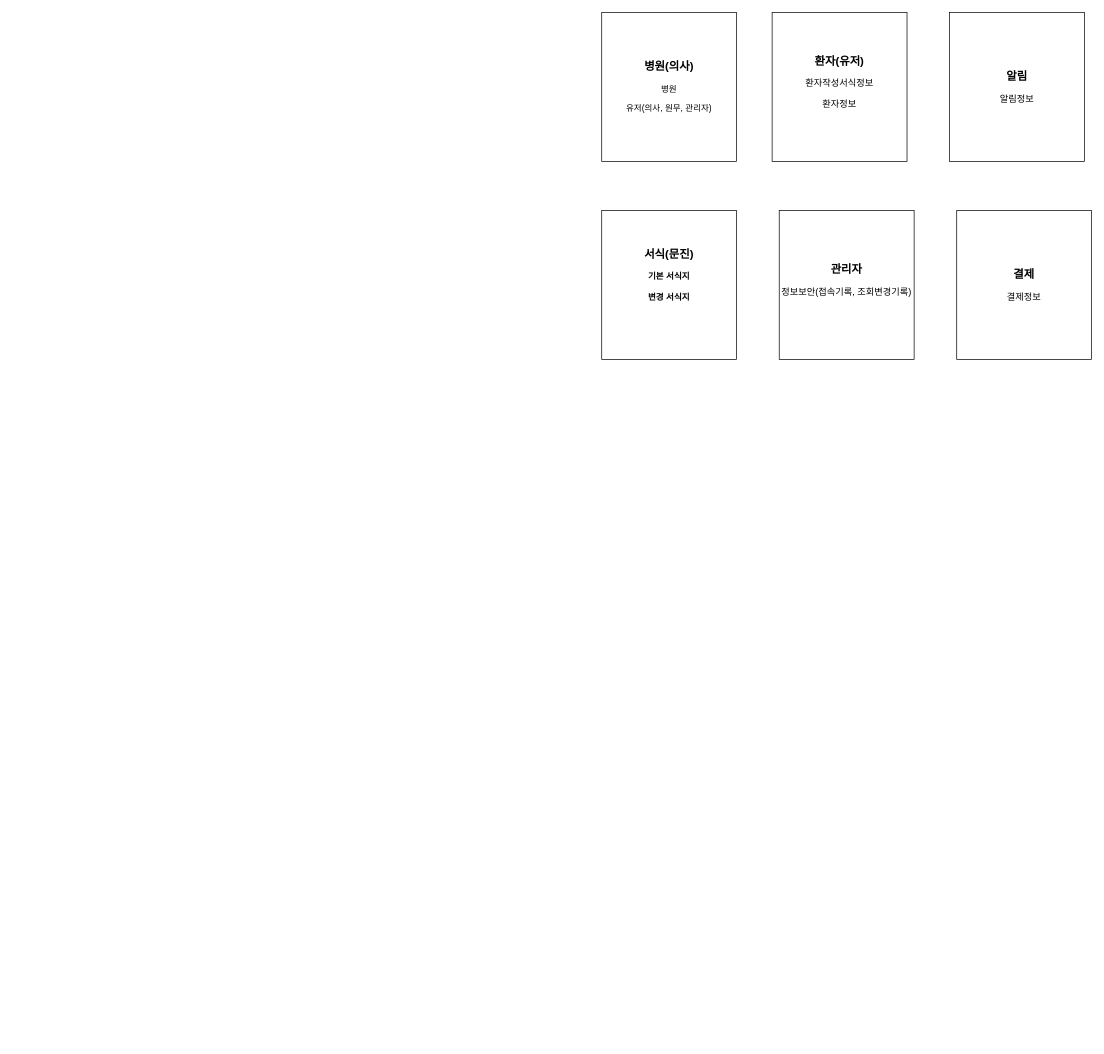
This is src/main/제목 없는 다이어그램.drawio from himina1227/async, a draw.io file, before an edit. Source tidied: cells renumbered, new cells numbered last; positions are measured from the earlier drawing's top-left corner, leaving out a move shared by most shapes. Both pictures are drawn from the tidied source at 71%, with x=0, y=0 at pixel (601, 12).
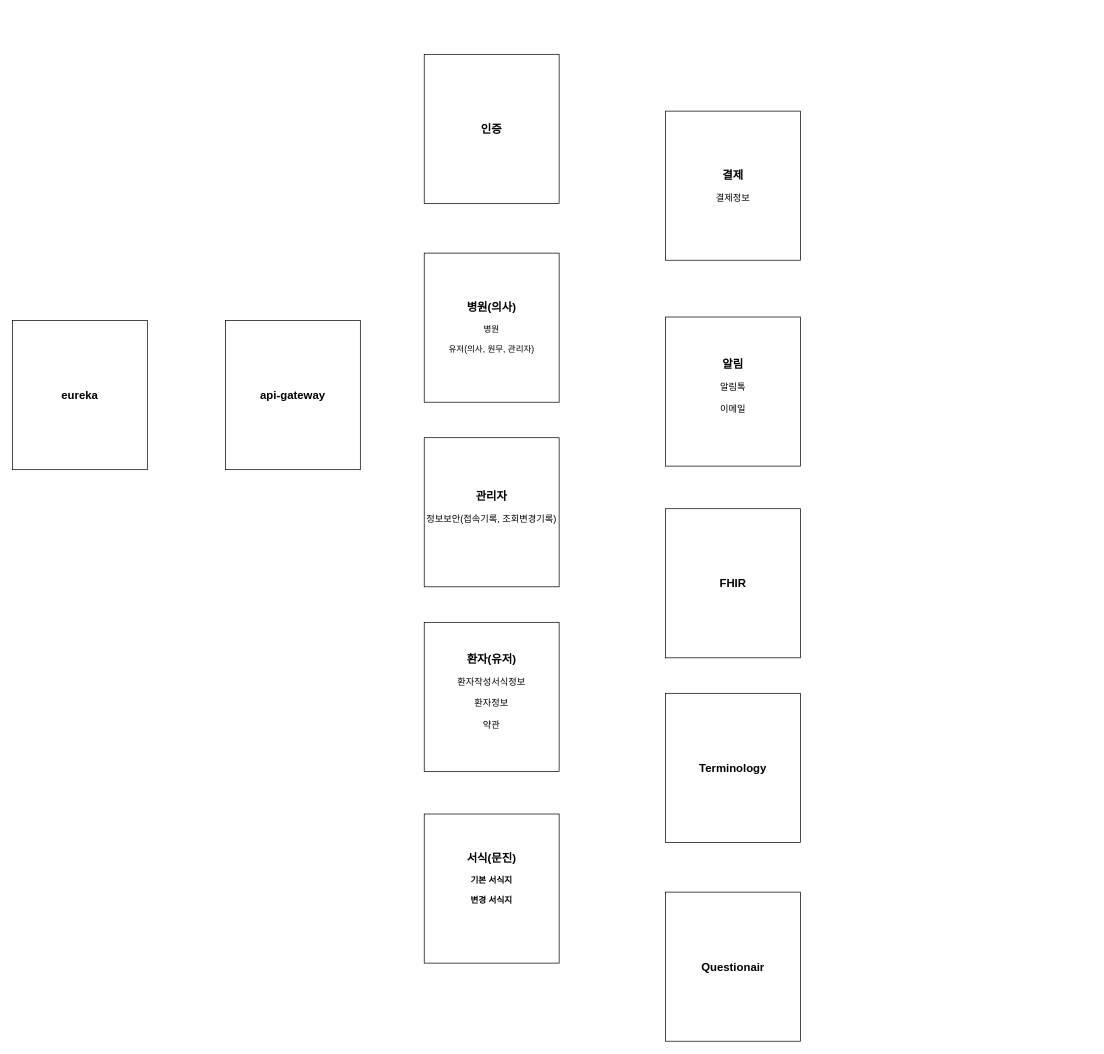
The same diagram, later.

Commit message:
제목 없는 다이어그램.drawio 업데이트

Change to the diagram source:
```diff
@@
 <mxGraphModel>
   <root>
     <mxCell id="0" />
     <mxCell id="1" parent="0" />
     <mxCell id="2" value="&lt;b style=&quot;font-size: 16px;&quot;&gt;병원(의사)&lt;br&gt;&lt;/b&gt;&lt;br&gt;병원&lt;br&gt;&lt;br&gt;유저(의사, 원무, 관리자)&lt;br&gt;" style="rounded=0;whiteSpace=wrap;html=1;" parent="1" vertex="1">
-      <mxGeometry width="190" height="210" as="geometry" />
+      <mxGeometry x="-250" y="339" width="190" height="210" as="geometry" />
     </mxCell>
-    <mxCell id="3" value="&lt;font style=&quot;&quot;&gt;&lt;b style=&quot;&quot;&gt;&lt;font style=&quot;font-size: 16px;&quot;&gt;환자(유저)&lt;/font&gt;&lt;/b&gt;&lt;br&gt;&lt;br&gt;&lt;span style=&quot;font-size: 13px;&quot;&gt;환자작성서식정보&lt;/span&gt;&lt;br&gt;&lt;br&gt;&lt;span style=&quot;font-size: 13px;&quot;&gt;환자정보&lt;br&gt;&lt;/span&gt;&lt;br&gt;&lt;/font&gt;" style="rounded=0;whiteSpace=wrap;html=1;" parent="1" vertex="1">
-      <mxGeometry x="240" width="190" height="210" as="geometry" />
+    <mxCell id="3" value="&lt;font style=&quot;&quot;&gt;&lt;b style=&quot;&quot;&gt;&lt;font style=&quot;font-size: 16px;&quot;&gt;환자(유저)&lt;/font&gt;&lt;/b&gt;&lt;br&gt;&lt;br&gt;&lt;span style=&quot;font-size: 13px;&quot;&gt;환자작성서식정보&lt;/span&gt;&lt;br&gt;&lt;br&gt;&lt;span style=&quot;font-size: 13px;&quot;&gt;환자정보&lt;br&gt;&lt;br&gt;약관&lt;br&gt;&lt;/span&gt;&lt;br&gt;&lt;/font&gt;" style="rounded=0;whiteSpace=wrap;html=1;" parent="1" vertex="1">
+      <mxGeometry x="-250" y="859" width="190" height="210" as="geometry" />
     </mxCell>
     <mxCell id="4" value="&lt;span style=&quot;font-size: 16px;&quot;&gt;&lt;b&gt;관리자&lt;/b&gt;&lt;/span&gt;&lt;br&gt;&lt;br&gt;&lt;font style=&quot;font-size: 13px;&quot;&gt;정보보안(접속기록, 조회변경기록)&lt;br&gt;&lt;br&gt;&lt;/font&gt;" style="rounded=0;whiteSpace=wrap;html=1;" parent="1" vertex="1">
-      <mxGeometry x="250" y="279" width="190" height="210" as="geometry" />
+      <mxGeometry x="-250" y="599" width="190" height="210" as="geometry" />
     </mxCell>
     <mxCell id="5" value="&lt;span style=&quot;&quot;&gt;&lt;b&gt;&lt;font style=&quot;font-size: 16px;&quot;&gt;서식(문진)&lt;/font&gt;&lt;br&gt;&lt;br&gt;기본 서식지&lt;br&gt;&lt;br&gt;변경 서식지&lt;br&gt;&lt;br&gt;&lt;br&gt;&lt;/b&gt;&lt;/span&gt;" style="rounded=0;whiteSpace=wrap;html=1;" parent="1" vertex="1">
-      <mxGeometry y="279" width="190" height="210" as="geometry" />
+      <mxGeometry x="-250" y="1129" width="190" height="210" as="geometry" />
     </mxCell>
-    <mxCell id="6" value="&lt;span style=&quot;font-size: 16px;&quot;&gt;&lt;b&gt;알림&lt;/b&gt;&lt;/span&gt;&lt;br&gt;&lt;br&gt;&lt;font style=&quot;font-size: 13px;&quot;&gt;알림정보&lt;br&gt;&lt;/font&gt;" style="rounded=0;whiteSpace=wrap;html=1;" parent="1" vertex="1">
-      <mxGeometry x="490" width="190" height="210" as="geometry" />
+    <mxCell id="6" value="&lt;span style=&quot;font-size: 16px;&quot;&gt;&lt;b&gt;알림&lt;/b&gt;&lt;/span&gt;&lt;br&gt;&lt;br&gt;&lt;font style=&quot;font-size: 13px;&quot;&gt;알림톡&lt;br&gt;&lt;br&gt;이메일&lt;br&gt;&lt;br&gt;&lt;/font&gt;" style="rounded=0;whiteSpace=wrap;html=1;" parent="1" vertex="1">
+      <mxGeometry x="90" y="429" width="190" height="210" as="geometry" />
     </mxCell>
     <mxCell id="7" value="&lt;span style=&quot;font-size: 16px;&quot;&gt;&lt;b&gt;결제&lt;/b&gt;&lt;/span&gt;&lt;br&gt;&lt;br&gt;&lt;font style=&quot;font-size: 13px;&quot;&gt;결제정보&lt;br&gt;&lt;/font&gt;" style="rounded=0;whiteSpace=wrap;html=1;" parent="1" vertex="1">
-      <mxGeometry x="500" y="279" width="190" height="210" as="geometry" />
+      <mxGeometry x="90" y="139" width="190" height="210" as="geometry" />
     </mxCell>
+    <mxCell id="8" value="&lt;span style=&quot;&quot;&gt;&lt;b&gt;&lt;span style=&quot;font-size: 16px;&quot;&gt;인증&lt;/span&gt;&lt;br&gt;&lt;/b&gt;&lt;/span&gt;" style="rounded=0;whiteSpace=wrap;html=1;" parent="1" vertex="1">
+      <mxGeometry x="-250" y="59" width="190" height="210" as="geometry" />
+    </mxCell>
+    <mxCell id="9" value="&lt;span style=&quot;&quot;&gt;&lt;b&gt;&lt;span style=&quot;font-size: 16px;&quot;&gt;api-gateway&lt;/span&gt;&lt;br&gt;&lt;/b&gt;&lt;/span&gt;" style="rounded=0;whiteSpace=wrap;html=1;" parent="1" vertex="1">
+      <mxGeometry x="-530" y="434" width="190" height="210" as="geometry" />
+    </mxCell>
+    <mxCell id="10" value="&lt;span style=&quot;&quot;&gt;&lt;b&gt;&lt;span style=&quot;font-size: 16px;&quot;&gt;eureka&lt;/span&gt;&lt;br&gt;&lt;/b&gt;&lt;/span&gt;" style="rounded=0;whiteSpace=wrap;html=1;" parent="1" vertex="1">
+      <mxGeometry x="-830" y="434" width="190" height="210" as="geometry" />
+    </mxCell>
+    <mxCell id="11" value="&lt;font style=&quot;&quot;&gt;&lt;span style=&quot;font-size: 16px;&quot;&gt;&lt;b&gt;FHIR&lt;/b&gt;&lt;/span&gt;&lt;br&gt;&lt;/font&gt;" style="rounded=0;whiteSpace=wrap;html=1;" parent="1" vertex="1">
+      <mxGeometry x="90" y="699" width="190" height="210" as="geometry" />
+    </mxCell>
+    <mxCell id="12" value="&lt;font style=&quot;&quot;&gt;&lt;span style=&quot;font-size: 16px;&quot;&gt;&lt;b&gt;Terminology&lt;/b&gt;&lt;/span&gt;&lt;br&gt;&lt;/font&gt;" style="rounded=0;whiteSpace=wrap;html=1;" parent="1" vertex="1">
+      <mxGeometry x="90" y="959" width="190" height="210" as="geometry" />
+    </mxCell>
+    <mxCell id="13" value="&lt;font style=&quot;&quot;&gt;&lt;span style=&quot;font-size: 16px;&quot;&gt;&lt;b&gt;Questionair&lt;/b&gt;&lt;/span&gt;&lt;br&gt;&lt;/font&gt;" style="rounded=0;whiteSpace=wrap;html=1;" parent="1" vertex="1">
+      <mxGeometry x="90" y="1239" width="190" height="210" as="geometry" />
+    </mxCell>
   </root>
 </mxGraphModel>
```
